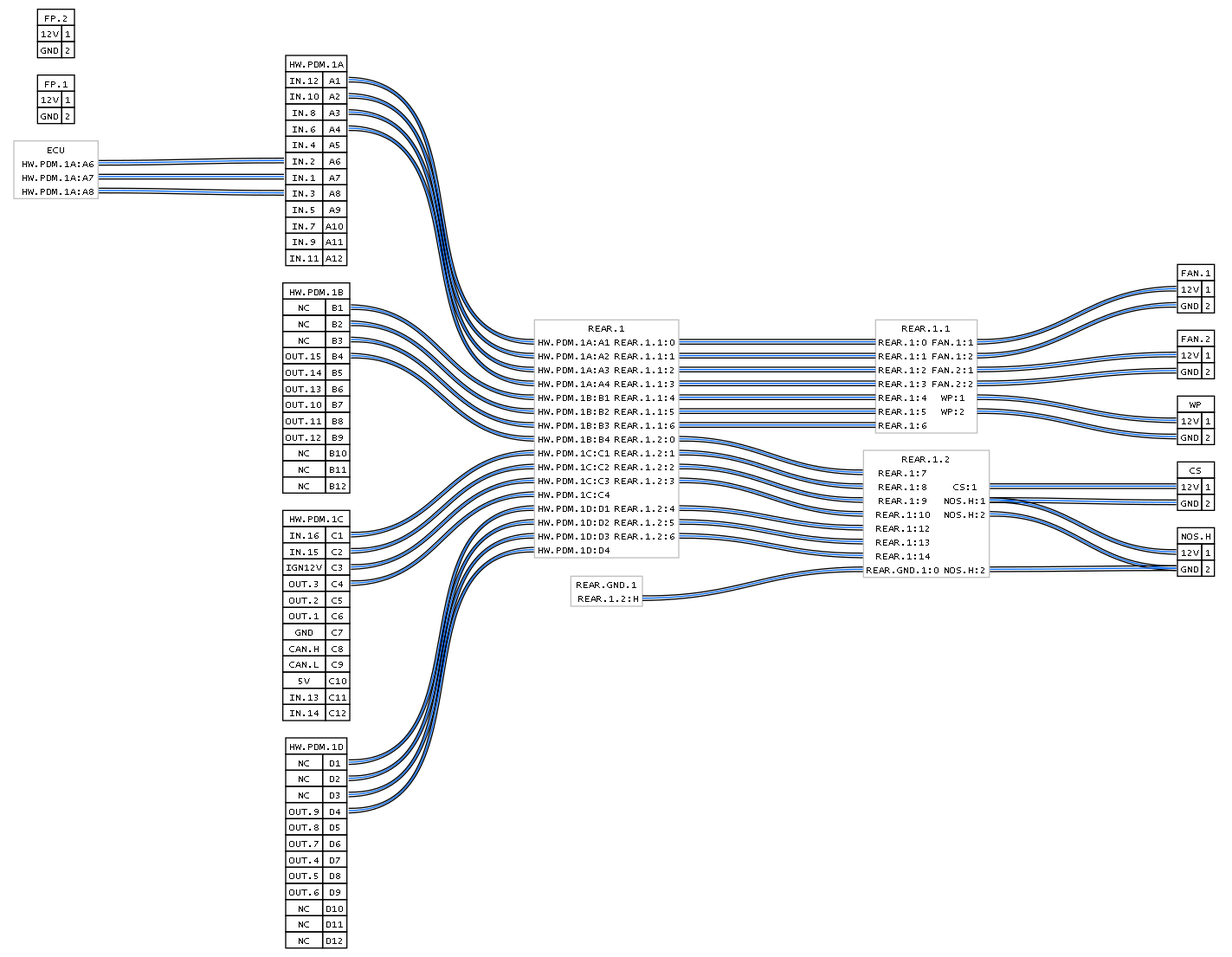
This is out.gv.png from cmjdev/wiregen, a Graphviz export, as it was before one commit. Its source is kept beside it as out.gv.
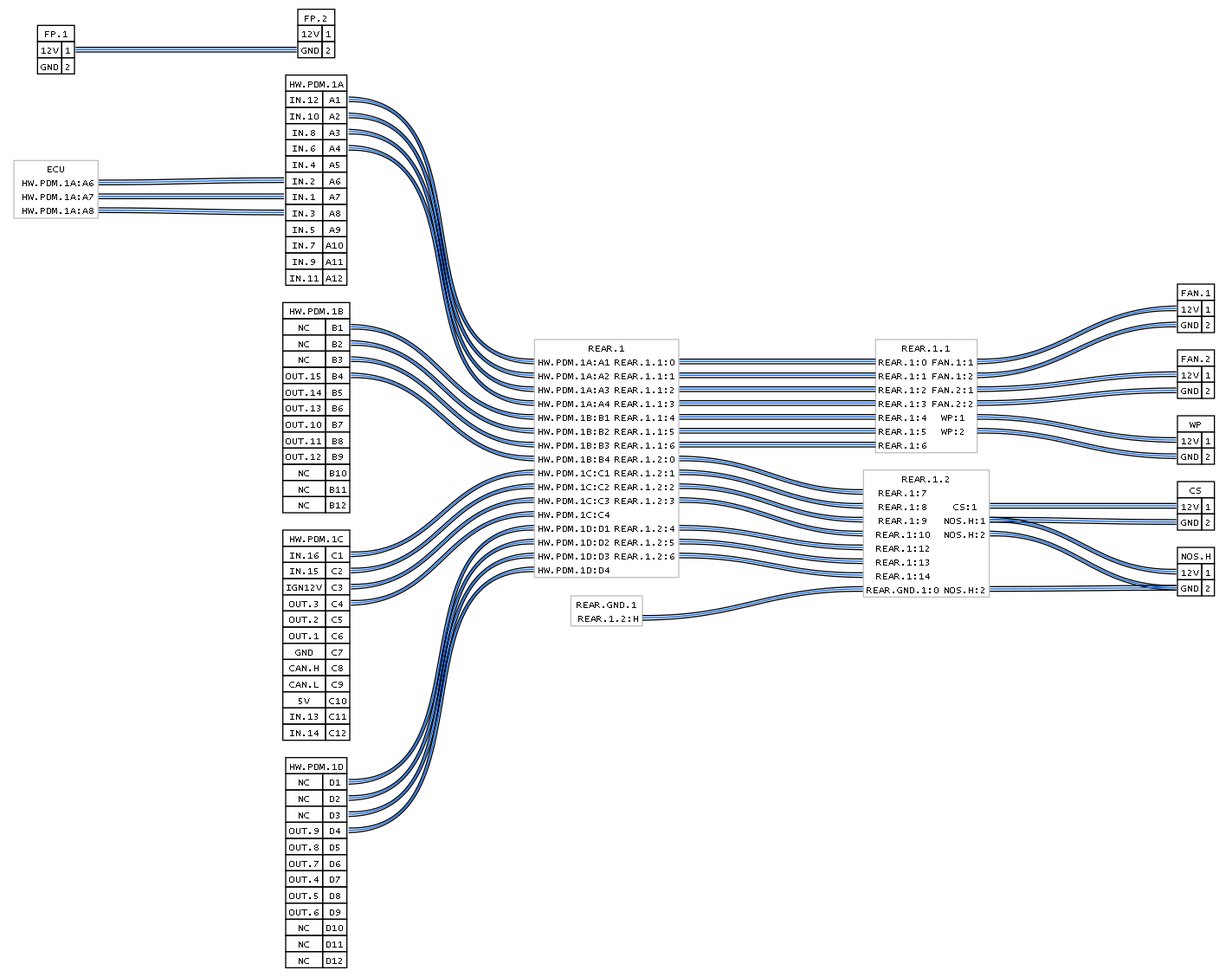
After the commit.

Diff of the diagram source:
```diff
@@ -14,11 +14,11 @@
 "FP.2" [label = <<TABLE border="0" cellspacing="0" cellborder="1"><TR><TD colspan="2">FP.2</TD></TR><TR><TD PORT="1L">12V</TD><TD PORT="1R">1</TD></TR><TR><TD PORT="2L">GND</TD><TD PORT="2R">2</TD></TR></TABLE>>];
 "CS" [label = <<TABLE border="0" cellspacing="0" cellborder="1"><TR><TD colspan="2">CS</TD></TR><TR><TD PORT="1L">12V</TD><TD PORT="1R">1</TD></TR><TR><TD PORT="2L">GND</TD><TD PORT="2R">2</TD></TR></TABLE>>];
 "NOS.H" [label = <<TABLE border="0" cellspacing="0" cellborder="1"><TR><TD colspan="2">NOS.H</TD></TR><TR><TD PORT="1L">12V</TD><TD PORT="1R">1</TD></TR><TR><TD PORT="2L">GND</TD><TD PORT="2R">2</TD></TR></TABLE>>];
-"ECU" [label = <<TABLE border="1" cellspacing="0" color="grey" cellborder="0"><TR><TD colspan="2">ECU</TD></TR><TR><TD HEIGHT="10" PORT="1L"></TD><TD PORT="1R">HW.PDM.1A:A6</TD></TR><TR><TD HEIGHT="10" PORT="2L"></TD><TD PORT="2R">HW.PDM.1A:A7</TD></TR><TR><TD HEIGHT="10" PORT="3L"></TD><TD PORT="3R">HW.PDM.1A:A8</TD></TR></TABLE>>];
-"REAR.1" [label = <<TABLE border="1" cellspacing="0" color="grey" cellborder="0"><TR><TD colspan="2">REAR.1</TD></TR><TR><TD HEIGHT="10" PORT="0L">HW.PDM.1A:A1</TD><TD PORT="0R">REAR.1.1:0</TD></TR><TR><TD HEIGHT="10" PORT="1L">HW.PDM.1A:A2</TD><TD PORT="1R">REAR.1.1:1</TD></TR><TR><TD HEIGHT="10" PORT="2L">HW.PDM.1A:A3</TD><TD PORT="2R">REAR.1.1:2</TD></TR><TR><TD HEIGHT="10" PORT="3L">HW.PDM.1A:A4</TD><TD PORT="3R">REAR.1.1:3</TD></TR><TR><TD HEIGHT="10" PORT="4L">HW.PDM.1B:B1</TD><TD PORT="4R">REAR.1.1:4</TD></TR><TR><TD HEIGHT="10" PORT="5L">HW.PDM.1B:B2</TD><TD PORT="5R">REAR.1.1:5</TD></TR><TR><TD HEIGHT="10" PORT="6L">HW.PDM.1B:B3</TD><TD PORT="6R">REAR.1.1:6</TD></TR><TR><TD HEIGHT="10" PORT="7L">HW.PDM.1B:B4</TD><TD PORT="7R">REAR.1.2:0</TD></TR><TR><TD HEIGHT="10" PORT="8L">HW.PDM.1C:C1</TD><TD PORT="8R">REAR.1.2:1</TD></TR><TR><TD HEIGHT="10" PORT="9L">HW.PDM.1C:C2</TD><TD PORT="9R">REAR.1.2:2</TD></TR><TR><TD HEIGHT="10" PORT="10L">HW.PDM.1C:C3</TD><TD PORT="10R">REAR.1.2:3</TD></TR><TR><TD HEIGHT="10" PORT="11L">HW.PDM.1C:C4</TD><TD PORT="11R"></TD></TR><TR><TD HEIGHT="10" PORT="12L">HW.PDM.1D:D1</TD><TD PORT="12R">REAR.1.2:4</TD></TR><TR><TD HEIGHT="10" PORT="13L">HW.PDM.1D:D2</TD><TD PORT="13R">REAR.1.2:5</TD></TR><TR><TD HEIGHT="10" PORT="14L">HW.PDM.1D:D3</TD><TD PORT="14R">REAR.1.2:6</TD></TR><TR><TD HEIGHT="10" PORT="15L">HW.PDM.1D:D4</TD><TD PORT="15R"></TD></TR></TABLE>>];
-"REAR.1.1" [label = <<TABLE border="1" cellspacing="0" color="grey" cellborder="0"><TR><TD colspan="2">REAR.1.1</TD></TR><TR><TD HEIGHT="10" PORT="0L">REAR.1:0</TD><TD PORT="0R">FAN.1:1</TD></TR><TR><TD HEIGHT="10" PORT="1L">REAR.1:1</TD><TD PORT="1R">FAN.1:2</TD></TR><TR><TD HEIGHT="10" PORT="2L">REAR.1:2</TD><TD PORT="2R">FAN.2:1</TD></TR><TR><TD HEIGHT="10" PORT="3L">REAR.1:3</TD><TD PORT="3R">FAN.2:2</TD></TR><TR><TD HEIGHT="10" PORT="4L">REAR.1:4</TD><TD PORT="4R">WP:1</TD></TR><TR><TD HEIGHT="10" PORT="5L">REAR.1:5</TD><TD PORT="5R">WP:2</TD></TR><TR><TD HEIGHT="10" PORT="6L">REAR.1:6</TD><TD PORT="6R"></TD></TR></TABLE>>];
-"REAR.1.2" [label = <<TABLE border="1" cellspacing="0" color="grey" cellborder="0"><TR><TD colspan="2">REAR.1.2</TD></TR><TR><TD HEIGHT="10" PORT="0L">REAR.1:7</TD><TD PORT="0R"></TD></TR><TR><TD HEIGHT="10" PORT="1L">REAR.1:8</TD><TD PORT="1R">CS:1</TD></TR><TR><TD HEIGHT="10" PORT="2L">REAR.1:9</TD><TD PORT="2R">NOS.H:1</TD></TR><TR><TD HEIGHT="10" PORT="3L">REAR.1:10</TD><TD PORT="3R">NOS.H:2</TD></TR><TR><TD HEIGHT="10" PORT="4L">REAR.1:12</TD><TD PORT="4R"></TD></TR><TR><TD HEIGHT="10" PORT="5L">REAR.1:13</TD><TD PORT="5R"></TD></TR><TR><TD HEIGHT="10" PORT="6L">REAR.1:14</TD><TD PORT="6R"></TD></TR><TR><TD HEIGHT="10" PORT="HL">REAR.GND.1:0</TD><TD PORT="HR">NOS.H:2</TD></TR></TABLE>>];
-"REAR.GND.1" [label = <<TABLE border="1" cellspacing="0" color="grey" cellborder="0"><TR><TD colspan="2">REAR.GND.1</TD></TR><TR><TD HEIGHT="10" PORT="0L"></TD><TD PORT="0R">REAR.1.2:H</TD></TR></TABLE>>];
+"ECU" [label = <<TABLE border="1" cellspacing="0" color="grey" cellborder="0"><TR><TD colspan="2">ECU</TD></TR><TR><TD PORT="1L"></TD><TD PORT="1R">HW.PDM.1A:A6</TD></TR><TR><TD PORT="2L"></TD><TD PORT="2R">HW.PDM.1A:A7</TD></TR><TR><TD PORT="3L"></TD><TD PORT="3R">HW.PDM.1A:A8</TD></TR></TABLE>>];
+"REAR.1" [label = <<TABLE border="1" cellspacing="0" color="grey" cellborder="0"><TR><TD colspan="2">REAR.1</TD></TR><TR><TD PORT="0L">HW.PDM.1A:A1</TD><TD PORT="0R">REAR.1.1:0</TD></TR><TR><TD PORT="1L">HW.PDM.1A:A2</TD><TD PORT="1R">REAR.1.1:1</TD></TR><TR><TD PORT="2L">HW.PDM.1A:A3</TD><TD PORT="2R">REAR.1.1:2</TD></TR><TR><TD PORT="3L">HW.PDM.1A:A4</TD><TD PORT="3R">REAR.1.1:3</TD></TR><TR><TD PORT="4L">HW.PDM.1B:B1</TD><TD PORT="4R">REAR.1.1:4</TD></TR><TR><TD PORT="5L">HW.PDM.1B:B2</TD><TD PORT="5R">REAR.1.1:5</TD></TR><TR><TD PORT="6L">HW.PDM.1B:B3</TD><TD PORT="6R">REAR.1.1:6</TD></TR><TR><TD PORT="7L">HW.PDM.1B:B4</TD><TD PORT="7R">REAR.1.2:0</TD></TR><TR><TD PORT="8L">HW.PDM.1C:C1</TD><TD PORT="8R">REAR.1.2:1</TD></TR><TR><TD PORT="9L">HW.PDM.1C:C2</TD><TD PORT="9R">REAR.1.2:2</TD></TR><TR><TD PORT="10L">HW.PDM.1C:C3</TD><TD PORT="10R">REAR.1.2:3</TD></TR><TR><TD PORT="11L">HW.PDM.1C:C4</TD><TD PORT="11R"></TD></TR><TR><TD PORT="12L">HW.PDM.1D:D1</TD><TD PORT="12R">REAR.1.2:4</TD></TR><TR><TD PORT="13L">HW.PDM.1D:D2</TD><TD PORT="13R">REAR.1.2:5</TD></TR><TR><TD PORT="14L">HW.PDM.1D:D3</TD><TD PORT="14R">REAR.1.2:6</TD></TR><TR><TD PORT="15L">HW.PDM.1D:D4</TD><TD PORT="15R"></TD></TR></TABLE>>];
+"REAR.1.1" [label = <<TABLE border="1" cellspacing="0" color="grey" cellborder="0"><TR><TD colspan="2">REAR.1.1</TD></TR><TR><TD PORT="0L">REAR.1:0</TD><TD PORT="0R">FAN.1:1</TD></TR><TR><TD PORT="1L">REAR.1:1</TD><TD PORT="1R">FAN.1:2</TD></TR><TR><TD PORT="2L">REAR.1:2</TD><TD PORT="2R">FAN.2:1</TD></TR><TR><TD PORT="3L">REAR.1:3</TD><TD PORT="3R">FAN.2:2</TD></TR><TR><TD PORT="4L">REAR.1:4</TD><TD PORT="4R">WP:1</TD></TR><TR><TD PORT="5L">REAR.1:5</TD><TD PORT="5R">WP:2</TD></TR><TR><TD PORT="6L">REAR.1:6</TD><TD PORT="6R"></TD></TR></TABLE>>];
+"REAR.1.2" [label = <<TABLE border="1" cellspacing="0" color="grey" cellborder="0"><TR><TD colspan="2">REAR.1.2</TD></TR><TR><TD PORT="0L">REAR.1:7</TD><TD PORT="0R"></TD></TR><TR><TD PORT="1L">REAR.1:8</TD><TD PORT="1R">CS:1</TD></TR><TR><TD PORT="2L">REAR.1:9</TD><TD PORT="2R">NOS.H:1</TD></TR><TR><TD PORT="3L">REAR.1:10</TD><TD PORT="3R">NOS.H:2</TD></TR><TR><TD PORT="4L">REAR.1:12</TD><TD PORT="4R"></TD></TR><TR><TD PORT="5L">REAR.1:13</TD><TD PORT="5R"></TD></TR><TR><TD PORT="6L">REAR.1:14</TD><TD PORT="6R"></TD></TR><TR><TD PORT="HL">REAR.GND.1:0</TD><TD PORT="HR">NOS.H:2</TD></TR></TABLE>>];
+"REAR.GND.1" [label = <<TABLE border="1" cellspacing="0" color="grey" cellborder="0"><TR><TD colspan="2">REAR.GND.1</TD></TR><TR><TD PORT="0L"></TD><TD PORT="0R">REAR.1.2:H</TD></TR></TABLE>>];
 "ECU":"1R" -- "HW.PDM.1A":"A6L"
 "ECU":"2R" -- "HW.PDM.1A":"A7L"
 "ECU":"3R" -- "HW.PDM.1A":"A8L"
@@ -64,4 +64,5 @@
 "REAR.1.2":"3R" -- "NOS.H":"2L"
 "REAR.GND.1":"0R" -- "REAR.1.2":"HL"
 "REAR.1.2":"HR" -- "NOS.H":"2L"
+"FP.1":"1R" -- "FP.2":"2L"
 }
```
